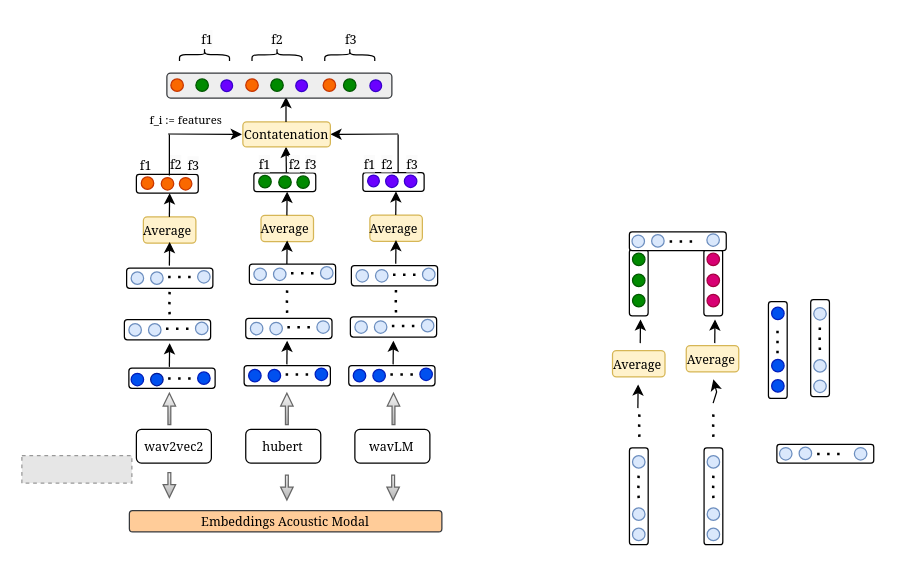
The draw.io diagram Trimodal_Fluency_sslmodel.drawio in papasega/Applied-Deep-Learning, before the edit. Source tidied: cells renumbered, new cells numbered last; positions are measured from the earlier drawing's top-left corner, leaving out a move shared by most shapes. Both pictures are drawn from the tidied source at 125%, with x=0, y=0 at pixel (21, 21). Pictures stored in the file or linked from it are replaced by grey dashed boxes.
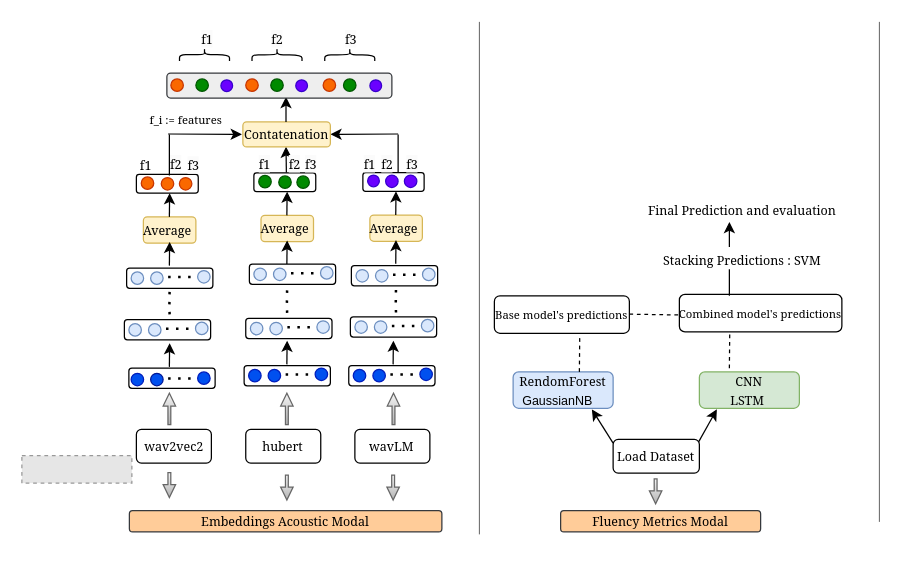
The same page after the edit.

Commit message:
Mettre à jour Trimodal_Fluency_sslmodel.drawio

The edit, as a diff of the source:
```diff
@@
-    <mxCell id="3" style="rounded=1;whiteSpace=wrap;html=1;rotation=-90;" parent="1" vertex="1">
-      <mxGeometry x="566" y="255" width="77.5" height="15" as="geometry" />
-    </mxCell>
-    <mxCell id="4" style="ellipse;whiteSpace=wrap;html=1;fillColor=#0050ef;strokeColor=#001DBC;fontColor=#ffffff;" parent="1" vertex="1">
-      <mxGeometry x="599.8" y="228.2" width="10" height="10" as="geometry" />
-    </mxCell>
-    <mxCell id="5" style="ellipse;whiteSpace=wrap;html=1;fillColor=#0050ef;strokeColor=#001DBC;fontColor=#ffffff;" parent="1" vertex="1">
-      <mxGeometry x="599.8" y="270" width="10" height="10" as="geometry" />
-    </mxCell>
-    <mxCell id="6" style="ellipse;whiteSpace=wrap;html=1;fillColor=#0050ef;strokeColor=#001DBC;fontColor=#ffffff;" parent="1" vertex="1">
-      <mxGeometry x="599.8" y="286.2" width="10" height="10" as="geometry" />
-    </mxCell>
-    <mxCell id="7" style="endArrow=none;dashed=1;html=1;dashPattern=1 3;strokeWidth=2;rounded=0;" parent="1" edge="1">
-      <mxGeometry relative="1" as="geometry">
-        <mxPoint x="604.5" y="265" as="sourcePoint" />
-        <mxPoint x="604.5" y="245" as="targetPoint" />
-      </mxGeometry>
-    </mxCell>
@@
-    <mxCell id="11" style="rounded=1;whiteSpace=wrap;html=1;rotation=-90;" parent="1" vertex="1">
-      <mxGeometry x="599.8" y="253.5" width="77.5" height="15" as="geometry" />
-    </mxCell>
-    <mxCell id="12" style="ellipse;whiteSpace=wrap;html=1;fillColor=#dae8fc;strokeColor=#6c8ebf;" parent="1" vertex="1">
-      <mxGeometry x="633.5" y="228.5" width="10" height="10" as="geometry" />
-    </mxCell>
-    <mxCell id="13" style="ellipse;whiteSpace=wrap;html=1;fillColor=#dae8fc;strokeColor=#6c8ebf;" parent="1" vertex="1">
-      <mxGeometry x="633.5" y="270.2" width="10" height="10" as="geometry" />
-    </mxCell>
-    <mxCell id="14" style="ellipse;whiteSpace=wrap;html=1;fillColor=#dae8fc;strokeColor=#6c8ebf;" parent="1" vertex="1">
-      <mxGeometry x="633.5" y="286.5" width="10" height="10" as="geometry" />
-    </mxCell>
-    <mxCell id="15" style="endArrow=none;dashed=1;html=1;dashPattern=1 3;strokeWidth=2;rounded=0;" parent="1" edge="1">
-      <mxGeometry relative="1" as="geometry">
-        <mxPoint x="638.4" y="262.5" as="sourcePoint" />
-        <mxPoint x="638.4" y="242.5" as="targetPoint" />
-        <Array as="points">
-          <mxPoint x="638.2" y="256.5" />
-        </Array>
-      </mxGeometry>
-    </mxCell>
-    <mxCell id="16" style="rounded=1;whiteSpace=wrap;html=1;rotation=-90;" parent="1" vertex="1">
-      <mxGeometry x="454.8" y="372" width="77.5" height="15" as="geometry" />
-    </mxCell>
-    <mxCell id="17" style="ellipse;whiteSpace=wrap;html=1;fillColor=#dae8fc;strokeColor=#6c8ebf;" parent="1" vertex="1">
-      <mxGeometry x="488.5" y="347" width="10" height="10" as="geometry" />
-    </mxCell>
-    <mxCell id="18" style="ellipse;whiteSpace=wrap;html=1;fillColor=#dae8fc;strokeColor=#6c8ebf;" parent="1" vertex="1">
-      <mxGeometry x="488.5" y="388.8" width="10" height="10" as="geometry" />
-    </mxCell>
-    <mxCell id="19" style="ellipse;whiteSpace=wrap;html=1;fillColor=#dae8fc;strokeColor=#6c8ebf;" parent="1" vertex="1">
-      <mxGeometry x="488.5" y="405" width="10" height="10" as="geometry" />
-    </mxCell>
-    <mxCell id="20" style="endArrow=none;dashed=1;html=1;dashPattern=1 3;strokeWidth=2;rounded=0;" parent="1" edge="1">
-      <mxGeometry relative="1" as="geometry">
-        <mxPoint x="493.4" y="381" as="sourcePoint" />
-        <mxPoint x="493.4" y="361" as="targetPoint" />
-        <Array as="points">
-          <mxPoint x="493.2" y="375" />
-        </Array>
-      </mxGeometry>
-    </mxCell>
-    <mxCell id="21" style="rounded=1;whiteSpace=wrap;html=1;rotation=-90;" parent="1" vertex="1">
-      <mxGeometry x="514.5" y="372" width="77.5" height="15" as="geometry" />
-    </mxCell>
-    <mxCell id="22" style="ellipse;whiteSpace=wrap;html=1;fillColor=#dae8fc;strokeColor=#6c8ebf;" parent="1" vertex="1">
-      <mxGeometry x="548.2" y="347" width="10" height="10" as="geometry" />
-    </mxCell>
-    <mxCell id="23" style="ellipse;whiteSpace=wrap;html=1;fillColor=#dae8fc;strokeColor=#6c8ebf;" parent="1" vertex="1">
-      <mxGeometry x="548.2" y="388.8" width="10" height="10" as="geometry" />
-    </mxCell>
-    <mxCell id="24" style="ellipse;whiteSpace=wrap;html=1;fillColor=#dae8fc;strokeColor=#6c8ebf;" parent="1" vertex="1">
-      <mxGeometry x="548.2" y="405" width="10" height="10" as="geometry" />
-    </mxCell>
-    <mxCell id="25" style="endArrow=none;dashed=1;html=1;dashPattern=1 3;strokeWidth=2;rounded=0;" parent="1" edge="1">
-      <mxGeometry relative="1" as="geometry">
-        <mxPoint x="553.2" y="381" as="sourcePoint" />
-        <mxPoint x="553.2" y="361" as="targetPoint" />
-        <Array as="points">
-          <mxPoint x="553" y="375" />
-        </Array>
-      </mxGeometry>
-    </mxCell>
@@
-    <mxCell id="32" style="endArrow=none;dashed=1;html=1;dashPattern=1 3;strokeWidth=2;rounded=0;" parent="1" edge="1">
-      <mxGeometry relative="1" as="geometry">
-        <mxPoint x="494" y="332" as="sourcePoint" />
-        <mxPoint x="494" y="312" as="targetPoint" />
-        <Array as="points">
-          <mxPoint x="493.8" y="326" />
-        </Array>
-      </mxGeometry>
-    </mxCell>
-    <mxCell id="33" style="endArrow=none;dashed=1;html=1;dashPattern=1 3;strokeWidth=2;rounded=0;" parent="1" edge="1">
-      <mxGeometry relative="1" as="geometry">
-        <mxPoint x="553.2" y="332" as="sourcePoint" />
-        <mxPoint x="553.2" y="312" as="targetPoint" />
-        <Array as="points">
-          <mxPoint x="553" y="326" />
-        </Array>
-      </mxGeometry>
-    </mxCell>
@@
-    <mxCell id="36" style="endArrow=classic;html=1;rounded=0;" parent="1" edge="1">
-      <mxGeometry relative="1" as="geometry">
-        <mxPoint x="492.8" y="309" as="sourcePoint" />
-        <mxPoint x="493" y="290" as="targetPoint" />
-      </mxGeometry>
-    </mxCell>
-    <mxCell id="37" style="endArrow=classic;html=1;rounded=0;" parent="1" edge="1">
-      <mxGeometry relative="1" as="geometry">
-        <mxPoint x="553" y="305" as="sourcePoint" />
-        <mxPoint x="553.2" y="286" as="targetPoint" />
-        <Array as="points">
-          <mxPoint x="555.8" y="296" />
-        </Array>
-      </mxGeometry>
-    </mxCell>
-    <mxCell id="38" value="&lt;font style=&quot;font-size: 10px;&quot; face=&quot;Georgia&quot;&gt;Average&amp;nbsp;&lt;/font&gt;" style="rounded=1;whiteSpace=wrap;html=1;fillColor=#fff2cc;strokeColor=#d6b656;" parent="1" vertex="1">
-      <mxGeometry x="472.5" y="263" width="42" height="21" as="geometry" />
-    </mxCell>
-    <mxCell id="39" value="&lt;font style=&quot;font-size: 10px;&quot; face=&quot;Georgia&quot;&gt;Average&amp;nbsp;&lt;/font&gt;" style="rounded=1;whiteSpace=wrap;html=1;fillColor=#fff2cc;strokeColor=#d6b656;" parent="1" vertex="1">
-      <mxGeometry x="531.5" y="259" width="42" height="21" as="geometry" />
-    </mxCell>
@@
-    <mxCell id="45" style="rounded=1;whiteSpace=wrap;html=1;rotation=-90;" parent="1" vertex="1">
-      <mxGeometry x="466.9" y="201.1" width="53.2" height="15" as="geometry" />
-    </mxCell>
-    <mxCell id="46" style="ellipse;whiteSpace=wrap;html=1;fillColor=#008a00;strokeColor=#005700;fontColor=#ffffff;" parent="1" vertex="1">
-      <mxGeometry x="488.5" y="185" width="10" height="10" as="geometry" />
-    </mxCell>
-    <mxCell id="47" style="ellipse;whiteSpace=wrap;html=1;fillColor=#008a00;strokeColor=#005700;fontColor=#ffffff;" parent="1" vertex="1">
-      <mxGeometry x="488.5" y="201.8" width="10" height="10" as="geometry" />
-    </mxCell>
-    <mxCell id="48" style="ellipse;whiteSpace=wrap;html=1;fillColor=#008a00;strokeColor=#005700;fontColor=#ffffff;" parent="1" vertex="1">
-      <mxGeometry x="488.5" y="218" width="10" height="10" as="geometry" />
-    </mxCell>
-    <mxCell id="49" style="endArrow=classic;html=1;rounded=0;" parent="1" edge="1">
-      <mxGeometry relative="1" as="geometry">
-        <mxPoint x="494.7" y="257" as="sourcePoint" />
-        <mxPoint x="494.9" y="238" as="targetPoint" />
-      </mxGeometry>
-    </mxCell>
-    <mxCell id="50" style="rounded=1;whiteSpace=wrap;html=1;rotation=-90;" parent="1" vertex="1">
-      <mxGeometry x="526.5" y="201.1" width="53.2" height="15" as="geometry" />
-    </mxCell>
-    <mxCell id="51" style="ellipse;whiteSpace=wrap;html=1;fillColor=#d80073;strokeColor=#A50040;fontColor=#ffffff;" parent="1" vertex="1">
-      <mxGeometry x="548.1" y="185" width="10" height="10" as="geometry" />
-    </mxCell>
-    <mxCell id="52" style="ellipse;whiteSpace=wrap;html=1;fillColor=#d80073;strokeColor=#A50040;fontColor=#ffffff;" parent="1" vertex="1">
-      <mxGeometry x="548.1" y="201.8" width="10" height="10" as="geometry" />
-    </mxCell>
-    <mxCell id="53" style="ellipse;whiteSpace=wrap;html=1;fillColor=#d80073;strokeColor=#A50040;fontColor=#ffffff;" parent="1" vertex="1">
-      <mxGeometry x="548.1" y="218" width="10" height="10" as="geometry" />
-    </mxCell>
-    <mxCell id="54" style="endArrow=classic;html=1;rounded=0;" parent="1" edge="1">
-      <mxGeometry relative="1" as="geometry">
-        <mxPoint x="554.3" y="257" as="sourcePoint" />
-        <mxPoint x="554.5" y="238" as="targetPoint" />
-      </mxGeometry>
-    </mxCell>
@@
-    <mxCell id="57" style="rounded=1;whiteSpace=wrap;html=1;rotation=0;" parent="1" vertex="1">
-      <mxGeometry x="604" y="338" width="77.5" height="15" as="geometry" />
-    </mxCell>
-    <mxCell id="58" style="ellipse;whiteSpace=wrap;html=1;fillColor=#dae8fc;strokeColor=#6c8ebf;" parent="1" vertex="1">
-      <mxGeometry x="666" y="340.5" width="10" height="10" as="geometry" />
-    </mxCell>
-    <mxCell id="59" style="ellipse;whiteSpace=wrap;html=1;fillColor=#dae8fc;strokeColor=#6c8ebf;" parent="1" vertex="1">
-      <mxGeometry x="621.8" y="340.2" width="10" height="10" as="geometry" />
-    </mxCell>
-    <mxCell id="60" style="ellipse;whiteSpace=wrap;html=1;fillColor=#dae8fc;strokeColor=#6c8ebf;" parent="1" vertex="1">
-      <mxGeometry x="606.1" y="340.5" width="10" height="10" as="geometry" />
-    </mxCell>
-    <mxCell id="61" style="endArrow=none;dashed=1;html=1;dashPattern=1 3;strokeWidth=2;rounded=0;" parent="1" edge="1">
-      <mxGeometry relative="1" as="geometry">
-        <mxPoint x="654.2" y="345.7" as="sourcePoint" />
-        <mxPoint x="634.2" y="345.7" as="targetPoint" />
-        <Array as="points">
-          <mxPoint x="654.2" y="345.2" />
-        </Array>
-      </mxGeometry>
-    </mxCell>
@@
-    <mxCell id="83" style="rounded=1;whiteSpace=wrap;html=1;rotation=0;" parent="1" vertex="1">
-      <mxGeometry x="486" y="168" width="77.5" height="15" as="geometry" />
-    </mxCell>
-    <mxCell id="84" style="ellipse;whiteSpace=wrap;html=1;fillColor=#dae8fc;strokeColor=#6c8ebf;" parent="1" vertex="1">
-      <mxGeometry x="548" y="169.5" width="10" height="10" as="geometry" />
-    </mxCell>
-    <mxCell id="85" style="ellipse;whiteSpace=wrap;html=1;fillColor=#dae8fc;strokeColor=#6c8ebf;" parent="1" vertex="1">
-      <mxGeometry x="503.8" y="170.2" width="10" height="10" as="geometry" />
-    </mxCell>
-    <mxCell id="86" style="ellipse;whiteSpace=wrap;html=1;fillColor=#dae8fc;strokeColor=#6c8ebf;" parent="1" vertex="1">
-      <mxGeometry x="488.1" y="170.5" width="10" height="10" as="geometry" />
-    </mxCell>
-    <mxCell id="87" style="endArrow=none;dashed=1;html=1;dashPattern=1 3;strokeWidth=2;rounded=0;" parent="1" edge="1">
-      <mxGeometry relative="1" as="geometry">
-        <mxPoint x="536.2" y="175.7" as="sourcePoint" />
-        <mxPoint x="516.2" y="175.7" as="targetPoint" />
-        <Array as="points">
-          <mxPoint x="536.2" y="175.2" />
-        </Array>
-      </mxGeometry>
-    </mxCell>
@@
+    <mxCell id="164" value="&lt;font style=&quot;font-size: 10px;&quot; face=&quot;Georgia&quot;&gt;Fluency Metrics Modal&lt;/font&gt;" style="rounded=1;whiteSpace=wrap;html=1;fillColor=#ffcc99;strokeColor=#36393d;" parent="1" vertex="1">
+      <mxGeometry x="431" y="391" width="160" height="17" as="geometry" />
+    </mxCell>
+    <mxCell id="165" style="endArrow=none;html=1;rounded=0;strokeWidth=0.5;" parent="1" edge="1">
+      <mxGeometry relative="1" as="geometry">
+        <mxPoint x="366" y="410" as="sourcePoint" />
+        <mxPoint x="366" as="targetPoint" />
+      </mxGeometry>
+    </mxCell>
+    <mxCell id="166" value="&lt;font face=&quot;Georgia&quot;&gt;&lt;span style=&quot;font-size: 10px;&quot;&gt;Load Dataset&lt;/span&gt;&lt;/font&gt;" style="rounded=1;whiteSpace=wrap;html=1;" parent="1" vertex="1">
+      <mxGeometry x="473" y="334" width="69" height="27" as="geometry" />
+    </mxCell>
+    <mxCell id="167" style="shape=flexArrow;endArrow=classic;html=1;rounded=0;startSize=2;endSize=3.108571428571429;targetPerimeterSpacing=0;sourcePerimeterSpacing=0;strokeWidth=1;fillColor=#f5f5f5;width=2.2857142857142856;endWidth=6.6938775510204085;strokeColor=#666666;gradientColor=#b3b3b3;" parent="1" edge="1">
+      <mxGeometry relative="1" as="geometry">
+        <mxPoint x="507" y="365" as="sourcePoint" />
+        <mxPoint x="507" y="386" as="targetPoint" />
+      </mxGeometry>
+    </mxCell>
+    <mxCell id="168" value="&lt;font face=&quot;Georgia&quot; style=&quot;font-size: 10px;&quot;&gt;RendomForest&lt;/font&gt;&lt;div&gt;&lt;font style=&quot;font-size: 10px;&quot; face=&quot;hNbSaea994QthrHnAMuy&quot;&gt;GaussianNB&amp;nbsp;&amp;nbsp;&lt;/font&gt;&lt;span style=&quot;font-size: 10px; font-family: hNbSaea994QthrHnAMuy; background-color: initial;&quot;&gt;&amp;nbsp;&lt;/span&gt;&lt;/div&gt;" style="rounded=1;whiteSpace=wrap;html=1;fillColor=#dae8fc;strokeColor=#6c8ebf;" parent="1" vertex="1">
+      <mxGeometry x="393" y="280" width="80" height="29.1" as="geometry" />
+    </mxCell>
+    <mxCell id="169" style="endArrow=classic;html=1;rounded=0;" parent="1" edge="1">
+      <mxGeometry relative="1" as="geometry">
+        <mxPoint x="473" y="337" as="sourcePoint" />
+        <mxPoint x="456" y="310" as="targetPoint" />
+      </mxGeometry>
+    </mxCell>
+    <mxCell id="170" style="endArrow=classic;html=1;rounded=0;" parent="1" edge="1">
+      <mxGeometry relative="1" as="geometry">
+        <mxPoint x="541.4" y="336" as="sourcePoint" />
+        <mxPoint x="556" y="310" as="targetPoint" />
+      </mxGeometry>
+    </mxCell>
+    <mxCell id="171" value="&lt;font face=&quot;Georgia&quot;&gt;&lt;span style=&quot;font-size: 10px;&quot;&gt;CNN&lt;/span&gt;&lt;/font&gt;&lt;div&gt;&lt;font face=&quot;Georgia&quot;&gt;&lt;span style=&quot;font-size: 10px;&quot;&gt;LSTM&amp;nbsp;&lt;/span&gt;&lt;/font&gt;&lt;/div&gt;" style="rounded=1;whiteSpace=wrap;html=1;fillColor=#d5e8d4;strokeColor=#82b366;" parent="1" vertex="1">
+      <mxGeometry x="542" y="280" width="80" height="29.1" as="geometry" />
+    </mxCell>
+    <mxCell id="172" style="endArrow=none;dashed=1;html=1;rounded=0;" parent="1" edge="1">
+      <mxGeometry relative="1" as="geometry">
+        <mxPoint x="446" y="280" as="sourcePoint" />
+        <mxPoint x="446.3" y="250.9" as="targetPoint" />
+      </mxGeometry>
+    </mxCell>
+    <mxCell id="173" value="&lt;span style=&quot;font-family: Georgia; font-size: 9px; text-wrap: nowrap;&quot;&gt;Base model's predictions&lt;/span&gt;" style="rounded=1;whiteSpace=wrap;html=1;" parent="1" vertex="1">
+      <mxGeometry x="378" y="219.1" width="108" height="30" as="geometry" />
+    </mxCell>
+    <mxCell id="174" value="&lt;span style=&quot;font-family: Georgia; font-size: 9px; text-wrap: nowrap;&quot;&gt;Combined model's predictions&lt;/span&gt;" style="rounded=1;whiteSpace=wrap;html=1;" parent="1" vertex="1">
+      <mxGeometry x="526" y="218" width="130" height="30" as="geometry" />
+    </mxCell>
+    <mxCell id="175" style="endArrow=none;dashed=1;html=1;rounded=0;" parent="1" edge="1">
+      <mxGeometry relative="1" as="geometry">
+        <mxPoint x="566" y="277.1" as="sourcePoint" />
+        <mxPoint x="566.3" y="248" as="targetPoint" />
+      </mxGeometry>
+    </mxCell>
+    <mxCell id="176" style="endArrow=none;dashed=1;html=1;rounded=0;" parent="1" edge="1">
+      <mxGeometry relative="1" as="geometry">
+        <mxPoint x="486" y="233.8" as="sourcePoint" />
+        <mxPoint x="526" y="234.5" as="targetPoint" />
+      </mxGeometry>
+    </mxCell>
+    <mxCell id="177" style="endArrow=classic;html=1;rounded=0;" parent="1" edge="1">
+      <mxGeometry relative="1" as="geometry">
+        <mxPoint x="566" y="180" as="sourcePoint" />
+        <mxPoint x="566" y="160" as="targetPoint" />
+      </mxGeometry>
+    </mxCell>
+    <mxCell id="178" value="&lt;font face=&quot;Georgia&quot; style=&quot;font-size: 10px;&quot;&gt;Stacking Predictions : SVM&lt;/font&gt;" style="text;html=1;align=center;verticalAlign=middle;strokeColor=none;fillColor=none;" parent="1" vertex="1">
+      <mxGeometry x="506" y="175.5" width="140" height="30" as="geometry" />
+    </mxCell>
+    <mxCell id="179" style="endArrow=none;html=1;rounded=0;" parent="1" edge="1">
+      <mxGeometry relative="1" as="geometry">
+        <mxPoint x="566" y="219.1" as="sourcePoint" />
+        <mxPoint x="566" y="197.9" as="targetPoint" />
+      </mxGeometry>
+    </mxCell>
+    <mxCell id="180" value="&lt;font face=&quot;Georgia&quot; style=&quot;font-size: 10px;&quot;&gt;Final Prediction and evaluation&lt;/font&gt;" style="text;html=1;align=center;verticalAlign=middle;strokeColor=none;fillColor=none;" parent="1" vertex="1">
+      <mxGeometry x="496" y="135.8" width="160" height="30" as="geometry" />
+    </mxCell>
+    <mxCell id="181" style="endArrow=none;html=1;rounded=0;strokeWidth=0.5;" parent="1" edge="1">
+      <mxGeometry relative="1" as="geometry">
+        <mxPoint x="686" y="400" as="sourcePoint" />
+        <mxPoint x="686" as="targetPoint" />
+      </mxGeometry>
+    </mxCell>
```
